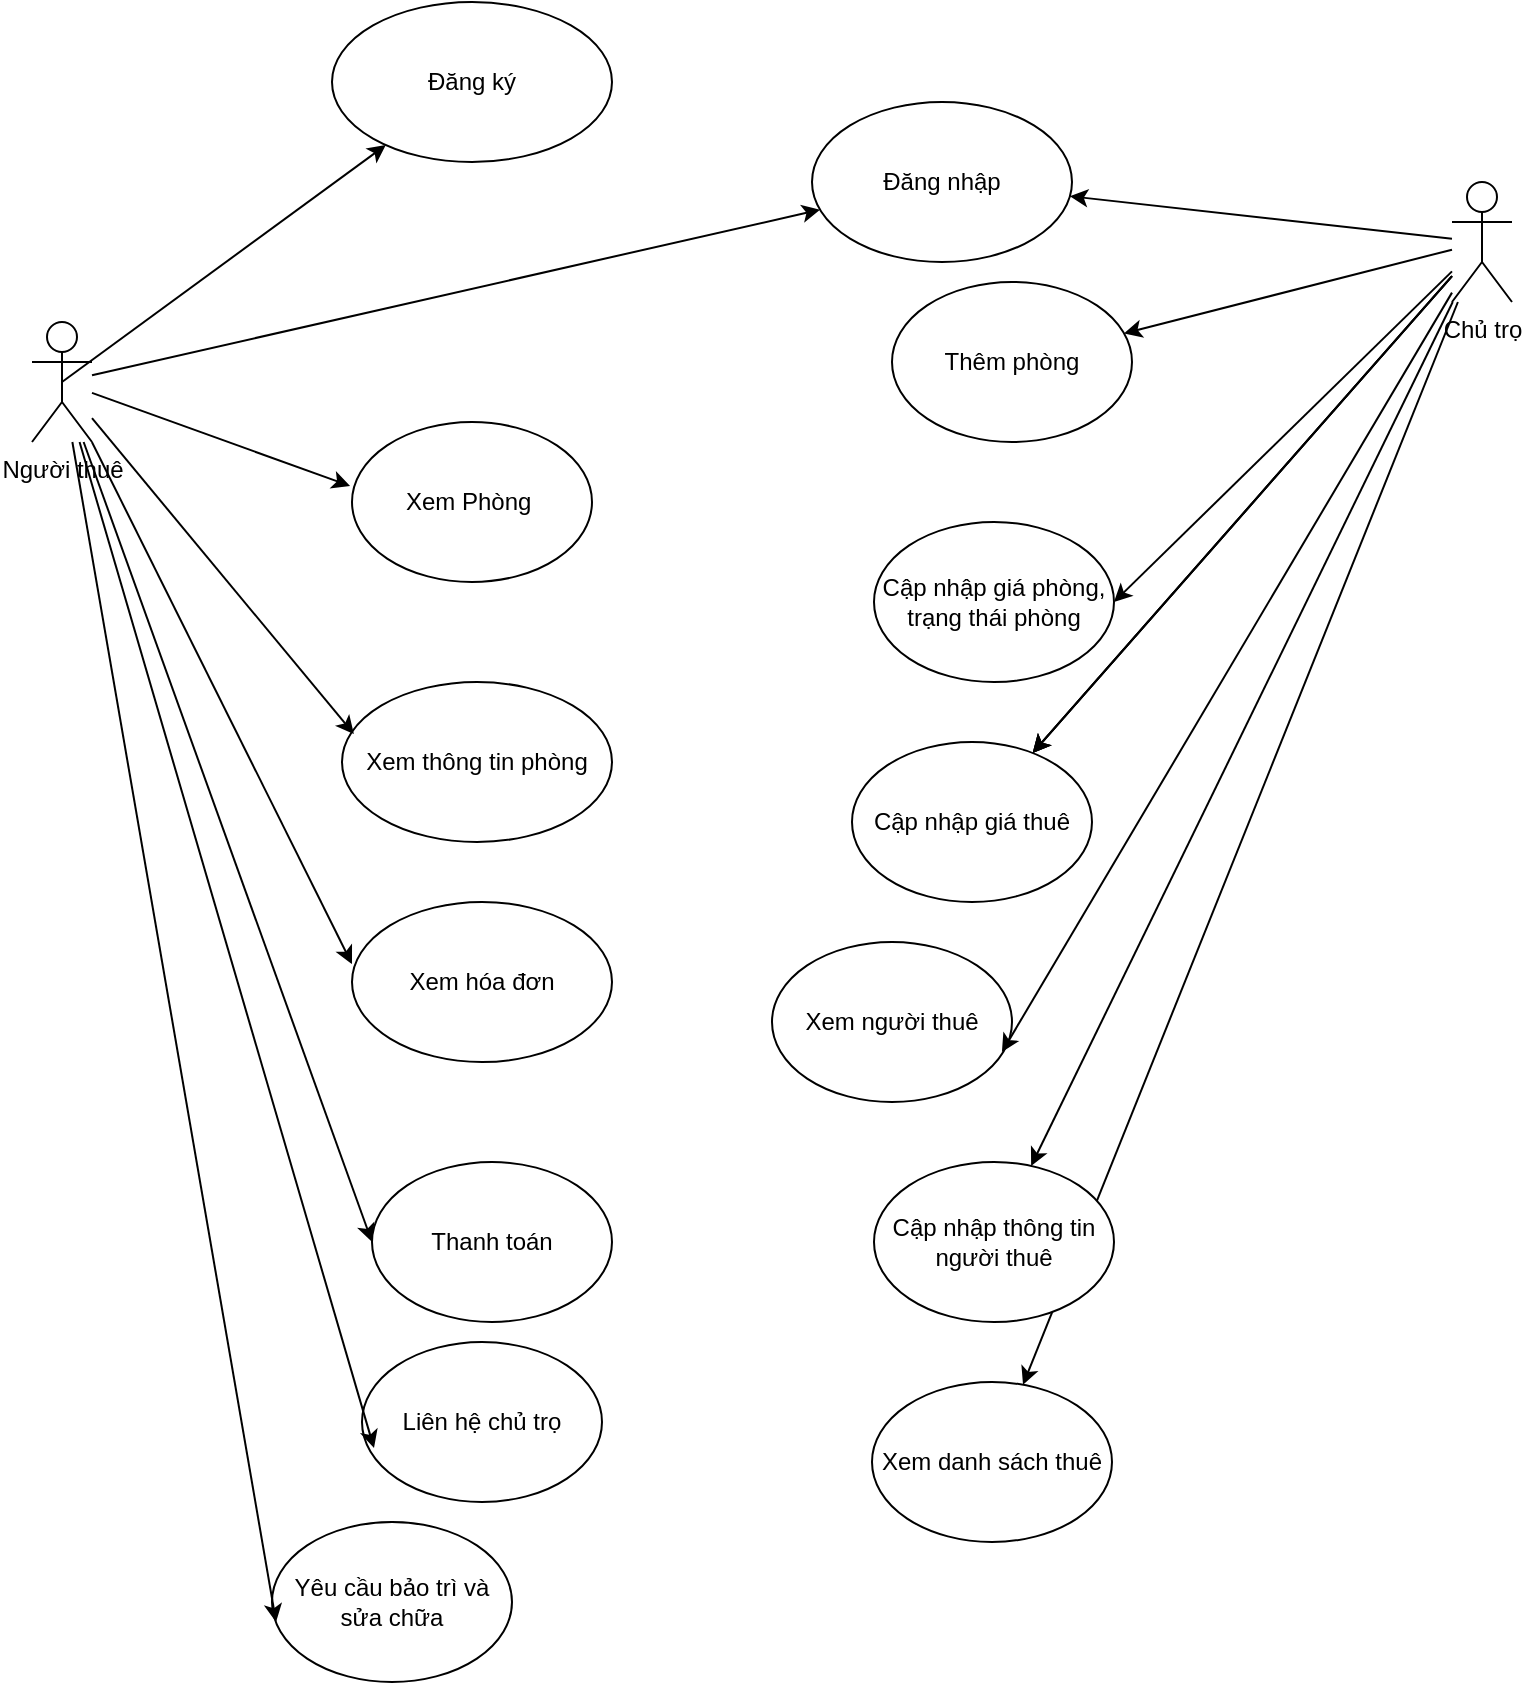
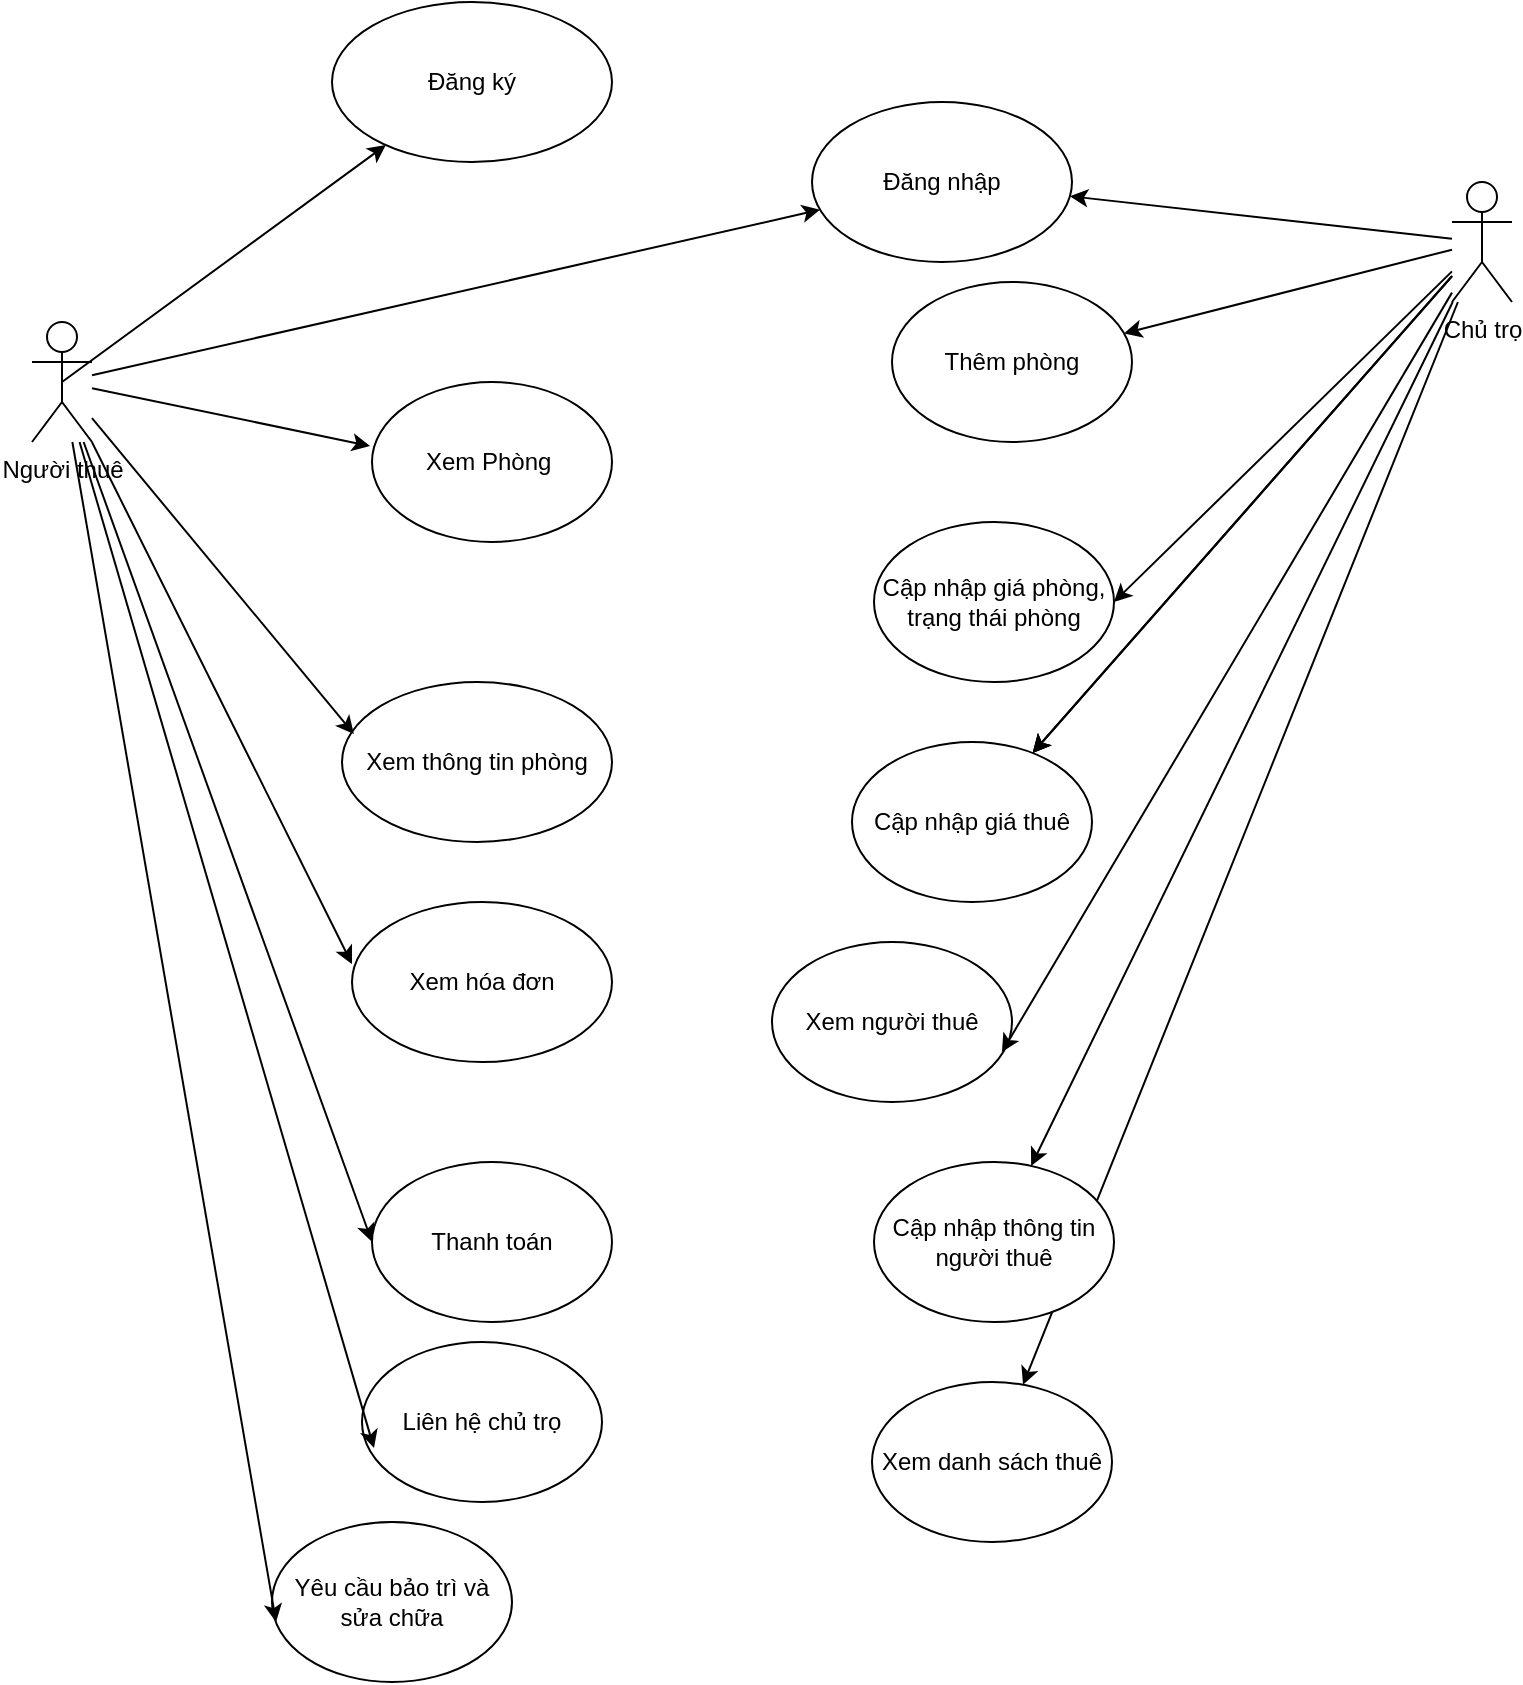
<mxfile host="app.diagrams.net">
  <diagram name="Page-1" id="28Zta91Vh7Rqm80Ej6cj">
-     <mxGraphModel dx="3693" dy="2345" grid="1" gridSize="10" guides="1" tooltips="1" connect="1" arrows="1" fold="1" page="1" pageScale="1" pageWidth="850" pageHeight="1100" math="0" shadow="0">
+     <mxGraphModel dx="3107" dy="1979" grid="1" gridSize="10" guides="1" tooltips="1" connect="1" arrows="1" fold="1" page="1" pageScale="1" pageWidth="850" pageHeight="1100" math="0" shadow="0">
      <root>
        <mxCell id="0" />
        <mxCell id="1" parent="0" />
        <mxCell id="yLkytINagr_S61vd-S4N-2" parent="1" style="ellipse;whiteSpace=wrap;html=1;" value="Đăng ký" vertex="1">
          <mxGeometry height="80" width="140" x="-1400" y="-10" as="geometry" />
        </mxCell>
        <mxCell id="yLkytINagr_S61vd-S4N-3" parent="1" style="ellipse;whiteSpace=wrap;html=1;" value="Xem thông tin phòng" vertex="1">
          <mxGeometry height="80" width="135" x="-1395" y="330" as="geometry" />
        </mxCell>
        <mxCell id="yLkytINagr_S61vd-S4N-4" parent="1" style="ellipse;whiteSpace=wrap;html=1;" value="Đăng nhập" vertex="1">
          <mxGeometry height="80" width="130" x="-1160" y="40" as="geometry" />
        </mxCell>
        <mxCell id="yLkytINagr_S61vd-S4N-5" parent="1" style="ellipse;whiteSpace=wrap;html=1;" value="Xem hóa đơn" vertex="1">
          <mxGeometry height="80" width="130" x="-1390" y="440" as="geometry" />
        </mxCell>
        <mxCell id="yLkytINagr_S61vd-S4N-12" edge="1" parent="1" source="yLkytINagr_S61vd-S4N-6" style="rounded=0;orthogonalLoop=1;jettySize=auto;html=1;exitX=0.5;exitY=0.5;exitDx=0;exitDy=0;exitPerimeter=0;" target="yLkytINagr_S61vd-S4N-2">
          <mxGeometry relative="1" as="geometry">
            <mxPoint x="-1610" y="220" as="targetPoint" />
          </mxGeometry>
        </mxCell>
        <mxCell id="yLkytINagr_S61vd-S4N-13" edge="1" parent="1" source="yLkytINagr_S61vd-S4N-6" style="rounded=0;orthogonalLoop=1;jettySize=auto;html=1;" target="yLkytINagr_S61vd-S4N-4">
          <mxGeometry relative="1" as="geometry" />
        </mxCell>
        <mxCell id="yLkytINagr_S61vd-S4N-17" edge="1" parent="1" source="yLkytINagr_S61vd-S4N-6" style="rounded=0;orthogonalLoop=1;jettySize=auto;html=1;entryX=0;entryY=0.5;entryDx=0;entryDy=0;" target="yLkytINagr_S61vd-S4N-11">
          <mxGeometry relative="1" as="geometry" />
        </mxCell>
        <mxCell id="yLkytINagr_S61vd-S4N-6" parent="1" style="shape=umlActor;verticalLabelPosition=bottom;verticalAlign=top;html=1;outlineConnect=0;" value="Người thuê" vertex="1">
          <mxGeometry height="60" width="30" x="-1550" y="150" as="geometry" />
        </mxCell>
        <mxCell id="yLkytINagr_S61vd-S4N-22" edge="1" parent="1" source="yLkytINagr_S61vd-S4N-7" style="rounded=0;orthogonalLoop=1;jettySize=auto;html=1;" target="yLkytINagr_S61vd-S4N-4">
          <mxGeometry relative="1" as="geometry" />
        </mxCell>
        <mxCell id="yLkytINagr_S61vd-S4N-40" edge="1" parent="1" source="yLkytINagr_S61vd-S4N-7" style="rounded=0;orthogonalLoop=1;jettySize=auto;html=1;" target="yLkytINagr_S61vd-S4N-33">
          <mxGeometry relative="1" as="geometry" />
        </mxCell>
        <mxCell id="yLkytINagr_S61vd-S4N-41" edge="1" parent="1" source="yLkytINagr_S61vd-S4N-7" style="rounded=0;orthogonalLoop=1;jettySize=auto;html=1;entryX=1;entryY=0.5;entryDx=0;entryDy=0;" target="yLkytINagr_S61vd-S4N-34">
          <mxGeometry relative="1" as="geometry" />
        </mxCell>
        <mxCell id="yLkytINagr_S61vd-S4N-42" edge="1" parent="1" source="yLkytINagr_S61vd-S4N-7" style="rounded=0;orthogonalLoop=1;jettySize=auto;html=1;" target="yLkytINagr_S61vd-S4N-35">
          <mxGeometry relative="1" as="geometry" />
        </mxCell>
        <mxCell id="yLkytINagr_S61vd-S4N-43" edge="1" parent="1" source="yLkytINagr_S61vd-S4N-7" style="rounded=0;orthogonalLoop=1;jettySize=auto;html=1;" target="yLkytINagr_S61vd-S4N-35">
          <mxGeometry relative="1" as="geometry" />
        </mxCell>
        <mxCell id="yLkytINagr_S61vd-S4N-44" edge="1" parent="1" source="yLkytINagr_S61vd-S4N-7" style="rounded=0;orthogonalLoop=1;jettySize=auto;html=1;" target="yLkytINagr_S61vd-S4N-35">
          <mxGeometry relative="1" as="geometry" />
        </mxCell>
        <mxCell id="yLkytINagr_S61vd-S4N-46" edge="1" parent="1" source="yLkytINagr_S61vd-S4N-7" style="rounded=0;orthogonalLoop=1;jettySize=auto;html=1;" target="yLkytINagr_S61vd-S4N-38">
          <mxGeometry relative="1" as="geometry" />
        </mxCell>
        <mxCell id="yLkytINagr_S61vd-S4N-47" edge="1" parent="1" source="yLkytINagr_S61vd-S4N-7" style="rounded=0;orthogonalLoop=1;jettySize=auto;html=1;fontFamily=Helvetica;fontSize=12;fontColor=default;" target="yLkytINagr_S61vd-S4N-39">
          <mxGeometry relative="1" as="geometry" />
        </mxCell>
        <mxCell id="yLkytINagr_S61vd-S4N-7" parent="1" style="shape=umlActor;verticalLabelPosition=bottom;verticalAlign=top;html=1;outlineConnect=0;" value="Chủ trọ" vertex="1">
          <mxGeometry height="60" width="30" x="-840" y="80" as="geometry" />
        </mxCell>
        <mxCell id="yLkytINagr_S61vd-S4N-10" parent="1" style="ellipse;whiteSpace=wrap;html=1;" value="Xem Phòng&amp;nbsp;" vertex="1">
-           <mxGeometry height="80" width="120" x="-1390" y="200" as="geometry" />
+           <mxGeometry height="80" width="120" x="-1380" y="180" as="geometry" />
        </mxCell>
        <mxCell id="yLkytINagr_S61vd-S4N-11" parent="1" style="ellipse;whiteSpace=wrap;html=1;" value="Thanh toán" vertex="1">
          <mxGeometry height="80" width="120" x="-1380" y="570" as="geometry" />
        </mxCell>
        <mxCell id="yLkytINagr_S61vd-S4N-14" edge="1" parent="1" source="yLkytINagr_S61vd-S4N-6" style="rounded=0;orthogonalLoop=1;jettySize=auto;html=1;entryX=-0.008;entryY=0.4;entryDx=0;entryDy=0;entryPerimeter=0;" target="yLkytINagr_S61vd-S4N-10">
          <mxGeometry relative="1" as="geometry" />
        </mxCell>
        <mxCell id="yLkytINagr_S61vd-S4N-15" edge="1" parent="1" source="yLkytINagr_S61vd-S4N-6" style="rounded=0;orthogonalLoop=1;jettySize=auto;html=1;entryX=0.044;entryY=0.325;entryDx=0;entryDy=0;entryPerimeter=0;" target="yLkytINagr_S61vd-S4N-3">
          <mxGeometry relative="1" as="geometry" />
        </mxCell>
        <mxCell id="yLkytINagr_S61vd-S4N-16" edge="1" parent="1" source="yLkytINagr_S61vd-S4N-6" style="rounded=0;orthogonalLoop=1;jettySize=auto;html=1;entryX=0;entryY=0.388;entryDx=0;entryDy=0;entryPerimeter=0;" target="yLkytINagr_S61vd-S4N-5">
          <mxGeometry relative="1" as="geometry" />
        </mxCell>
        <mxCell id="yLkytINagr_S61vd-S4N-27" parent="1" style="ellipse;whiteSpace=wrap;html=1;" value="Liên hệ chủ trọ" vertex="1">
          <mxGeometry height="80" width="120" x="-1385" y="660" as="geometry" />
        </mxCell>
        <mxCell id="yLkytINagr_S61vd-S4N-29" parent="1" style="ellipse;whiteSpace=wrap;html=1;" value="Yêu cầu bảo trì và sửa chữa" vertex="1">
          <mxGeometry height="80" width="120" x="-1430" y="750" as="geometry" />
        </mxCell>
        <mxCell id="yLkytINagr_S61vd-S4N-30" edge="1" parent="1" source="yLkytINagr_S61vd-S4N-6" style="rounded=0;orthogonalLoop=1;jettySize=auto;html=1;entryX=0.05;entryY=0.663;entryDx=0;entryDy=0;entryPerimeter=0;" target="yLkytINagr_S61vd-S4N-27">
          <mxGeometry relative="1" as="geometry" />
        </mxCell>
        <mxCell id="yLkytINagr_S61vd-S4N-31" edge="1" parent="1" source="yLkytINagr_S61vd-S4N-6" style="rounded=0;orthogonalLoop=1;jettySize=auto;html=1;entryX=0.017;entryY=0.625;entryDx=0;entryDy=0;entryPerimeter=0;" target="yLkytINagr_S61vd-S4N-29">
          <mxGeometry relative="1" as="geometry" />
        </mxCell>
        <mxCell id="yLkytINagr_S61vd-S4N-33" parent="1" style="ellipse;whiteSpace=wrap;html=1;" value="Thêm phòng" vertex="1">
          <mxGeometry height="80" width="120" x="-1120" y="130" as="geometry" />
        </mxCell>
        <mxCell id="yLkytINagr_S61vd-S4N-34" parent="1" style="ellipse;whiteSpace=wrap;html=1;" value="Cập nhập giá phòng, trạng thái phòng" vertex="1">
          <mxGeometry height="80" width="120" x="-1129" y="250" as="geometry" />
        </mxCell>
        <mxCell id="yLkytINagr_S61vd-S4N-35" parent="1" style="ellipse;whiteSpace=wrap;html=1;" value="Cập nhập giá thuê" vertex="1">
          <mxGeometry height="80" width="120" x="-1140" y="360" as="geometry" />
        </mxCell>
        <mxCell id="yLkytINagr_S61vd-S4N-37" parent="1" style="ellipse;whiteSpace=wrap;html=1;" value="Xem người thuê" vertex="1">
          <mxGeometry height="80" width="120" x="-1180" y="460" as="geometry" />
        </mxCell>
        <mxCell id="yLkytINagr_S61vd-S4N-38" parent="1" style="ellipse;whiteSpace=wrap;html=1;" value="Cập nhập thông tin người thuê" vertex="1">
          <mxGeometry height="80" width="120" x="-1129" y="570" as="geometry" />
        </mxCell>
        <mxCell id="yLkytINagr_S61vd-S4N-39" parent="1" style="ellipse;whiteSpace=wrap;html=1;" value="Xem danh sách thuê" vertex="1">
          <mxGeometry height="80" width="120" x="-1130" y="680" as="geometry" />
        </mxCell>
        <mxCell id="yLkytINagr_S61vd-S4N-45" edge="1" parent="1" source="yLkytINagr_S61vd-S4N-7" style="rounded=0;orthogonalLoop=1;jettySize=auto;html=1;entryX=0.958;entryY=0.688;entryDx=0;entryDy=0;entryPerimeter=0;" target="yLkytINagr_S61vd-S4N-37">
          <mxGeometry relative="1" as="geometry" />
        </mxCell>
      </root>
    </mxGraphModel>
  </diagram>
</mxfile>
